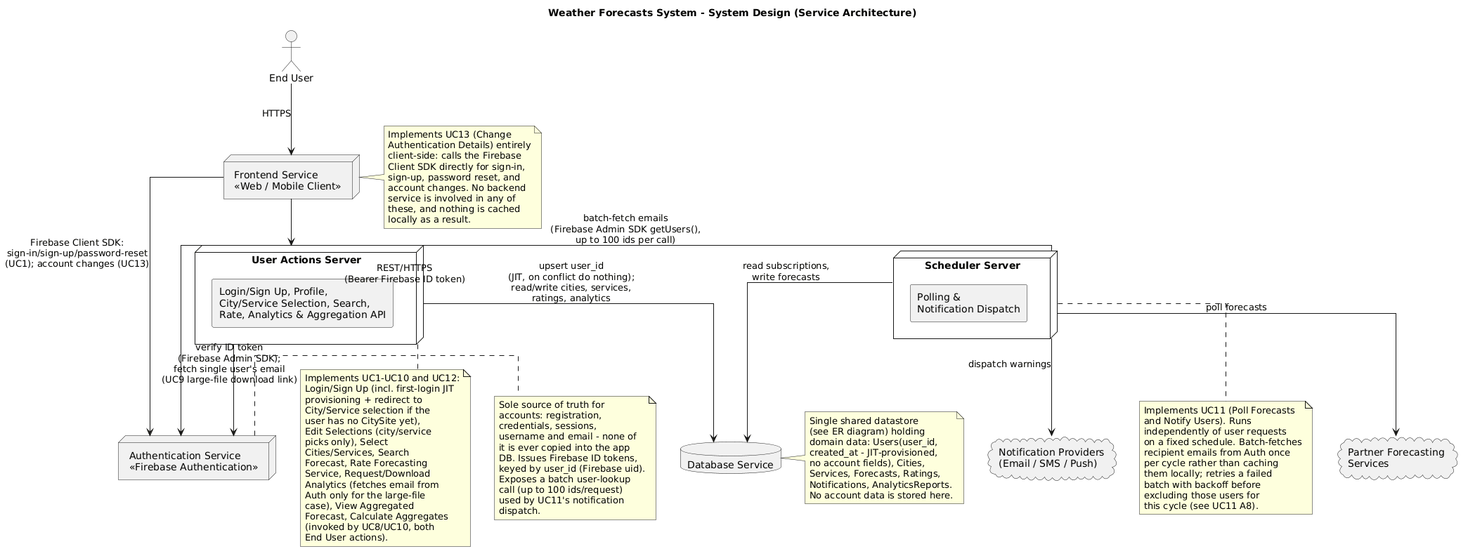
Earlier version of the PlantUML export requirements/system_design/system_design.png (ManosMorf97/Weather-Forecasts-AI-Remastered).
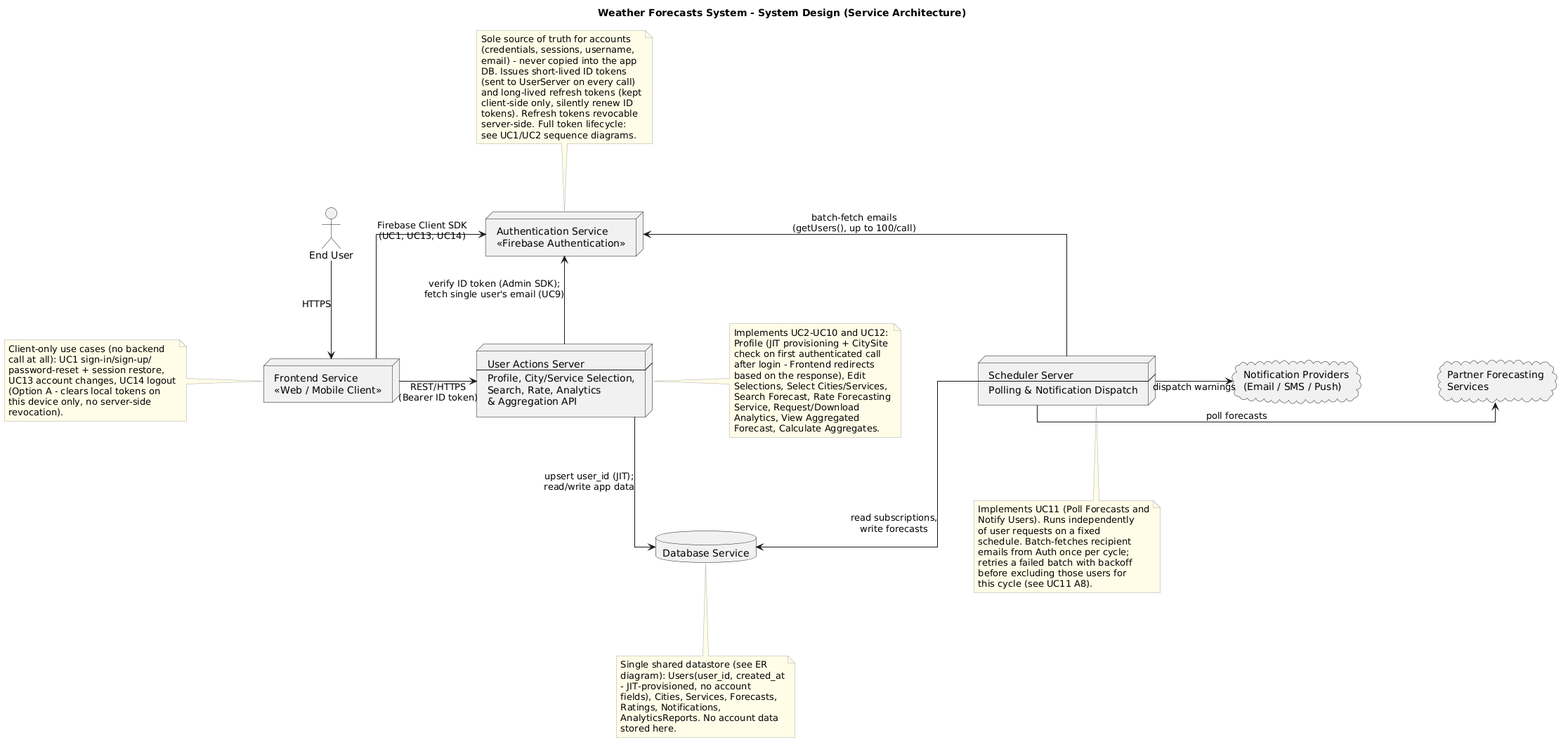
After the change.

Diff of the diagram source:
```diff
@@ -3,106 +3,96 @@
 
 skinparam componentStyle rectangle
 skinparam linetype ortho
+skinparam nodesep 110
+skinparam ranksep 90
+skinparam note {
+  BackgroundColor #FFFDE7
+  BorderColor #AAAAAA
+}
 
 actor "End User" as User
 
+node "Authentication Service\n<<Firebase Authentication>>" as Auth
+
 node "Frontend Service\n<<Web / Mobile Client>>" as Frontend
 
-node "Authentication Service\n<<Firebase Authentication>>" as Auth
-
-node "User Actions Server" as UserServer {
-  component "Login/Sign Up, Profile,\nCity/Service Selection, Search,\nRate, Analytics & Aggregation API" as UserServerAPI
-}
-
-node "Scheduler Server" as Scheduler {
-  component "Polling &\nNotification Dispatch" as SchedulerJob
-}
+node "User Actions Server\n----\nProfile, City/Service Selection,\nSearch, Rate, Analytics\n& Aggregation API" as UserServer
 
 database "Database Service" as DB
+
+node "Scheduler Server\n----\nPolling & Notification Dispatch" as Scheduler
 
 cloud "Partner Forecasting\nServices" as PartnerAPIs
 
 cloud "Notification Providers\n(Email / SMS / Push)" as NotifyProviders
 
-User --> Frontend : HTTPS
+User -down-> Frontend : HTTPS
 
-Frontend --> Auth : Firebase Client SDK:\nsign-in/sign-up/password-reset\n(UC1); account changes (UC13)
-Frontend --> UserServer : REST/HTTPS\n(Bearer Firebase ID token)
+Frontend -up-> Auth : Firebase Client SDK\n(UC1, UC13, UC14)
+Frontend -right-> UserServer : REST/HTTPS\n(Bearer ID token)
 
-UserServer --> Auth : verify ID token\n(Firebase Admin SDK);\nfetch single user's email\n(UC9 large-file download link)
-UserServer --> DB : upsert user_id\n(JIT, on conflict do nothing);\nread/write cities, services,\nratings, analytics
+UserServer -up-> Auth : verify ID token (Admin SDK);\nfetch single user's email (UC9)
+UserServer -down-> DB : upsert user_id (JIT);\nread/write app data
 
-Scheduler --> DB : read subscriptions,\nwrite forecasts
-Scheduler --> Auth : batch-fetch emails\n(Firebase Admin SDK getUsers(),\nup to 100 ids per call)
-Scheduler --> PartnerAPIs : poll forecasts
-Scheduler --> NotifyProviders : dispatch warnings
+Scheduler -up-> Auth : batch-fetch emails\n(getUsers(), up to 100/call)
+Scheduler -down-> DB : read subscriptions,\nwrite forecasts
+Scheduler -right-> PartnerAPIs : poll forecasts
+Scheduler -right-> NotifyProviders : dispatch warnings
 
-note right of Frontend
-  Implements UC13 (Change
-  Authentication Details) entirely
-  client-side: calls the Firebase
-  Client SDK directly for sign-in,
-  sign-up, password reset, and
-  account changes. No backend
-  service is involved in any of
-  these, and nothing is cached
-  locally as a result.
+note top of Auth
+  Sole source of truth for accounts
+  (credentials, sessions, username,
+  email) - never copied into the app
+  DB. Issues short-lived ID tokens
+  (sent to UserServer on every call)
+  and long-lived refresh tokens (kept
+  client-side only, silently renew ID
+  tokens). Refresh tokens revocable
+  server-side. Full token lifecycle:
+  see UC1/UC2 sequence diagrams.
 end note
 
-note right of Auth
-  Sole source of truth for
-  accounts: registration,
-  credentials, sessions,
-  username and email - none of
-  it is ever copied into the app
-  DB. Issues Firebase ID tokens,
-  keyed by user_id (Firebase uid).
-  Exposes a batch user-lookup
-  call (up to 100 ids/request)
-  used by UC11's notification
-  dispatch.
+note left of Frontend
+  Client-only use cases (no backend
+  call at all): UC1 sign-in/sign-up/
+  password-reset + session restore,
+  UC13 account changes, UC14 logout
+  (Option A - clears local tokens on
+  this device only, no server-side
+  revocation).
 end note
 
-note right of DB
-  Single shared datastore
-  (see ER diagram) holding
-  domain data: Users(user_id,
-  created_at - JIT-provisioned,
-  no account fields), Cities,
-  Services, Forecasts, Ratings,
-  Notifications, AnalyticsReports.
-  No account data is stored here.
+note right of UserServer
+  Implements UC2-UC10 and UC12:
+  Profile (JIT provisioning + CitySite
+  check on first authenticated call
+  after login - Frontend redirects
+  based on the response), Edit
+  Selections, Select Cities/Services,
+  Search Forecast, Rate Forecasting
+  Service, Request/Download
+  Analytics, View Aggregated
+  Forecast, Calculate Aggregates.
 end note
 
-note bottom of UserServer
-  Implements UC1-UC10 and UC12:
-  Login/Sign Up (incl. first-login JIT
-  provisioning + redirect to
-  City/Service selection if the
-  user has no CitySite yet),
-  Edit Selections (city/service
-  picks only), Select
-  Cities/Services, Search
-  Forecast, Rate Forecasting
-  Service, Request/Download
-  Analytics (fetches email from
-  Auth only for the large-file
-  case), View Aggregated
-  Forecast, Calculate Aggregates
-  (invoked by UC8/UC10, both
-  End User actions).
+note bottom of DB
+  Single shared datastore (see ER
+  diagram): Users(user_id, created_at
+  - JIT-provisioned, no account
+  fields), Cities, Services, Forecasts,
+  Ratings, Notifications,
+  AnalyticsReports. No account data
+  stored here.
 end note
 
 note bottom of Scheduler
-  Implements UC11 (Poll Forecasts
-  and Notify Users). Runs
-  independently of user requests
-  on a fixed schedule. Batch-fetches
-  recipient emails from Auth once
-  per cycle rather than caching
-  them locally; retries a failed
-  batch with backoff before
-  excluding those users for
+  Implements UC11 (Poll Forecasts and
+  Notify Users). Runs independently
+  of user requests on a fixed
+  schedule. Batch-fetches recipient
+  emails from Auth once per cycle;
+  retries a failed batch with backoff
+  before excluding those users for
   this cycle (see UC11 A8).
 end note
 @enduml
```
